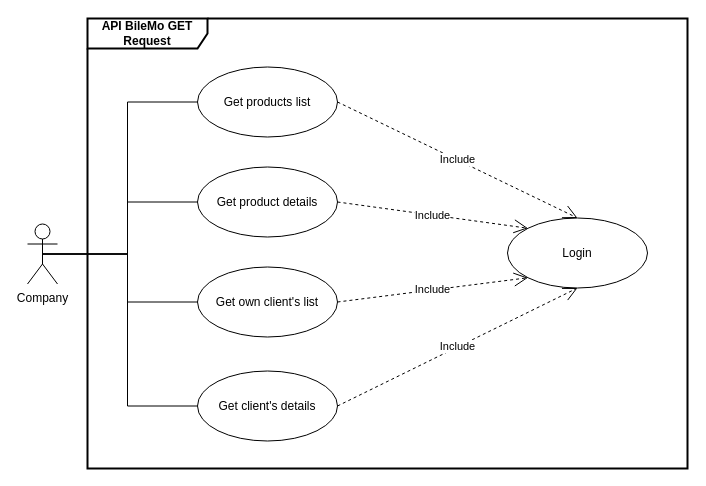
This is page "API BileMo GET Request" (1 of 5) of BileMo/uml/diagrammes.drawio from klaxurit/JuncaHugo_7_16122022, a draw.io file, before an edit. Source tidied: cells renumbered, new cells numbered last; positions are measured from the earlier drawing's top-left corner, leaving out a move shared by most shapes. Both pictures are drawn from the tidied source at 100%, with x=0, y=0 at pixel (27, 18).
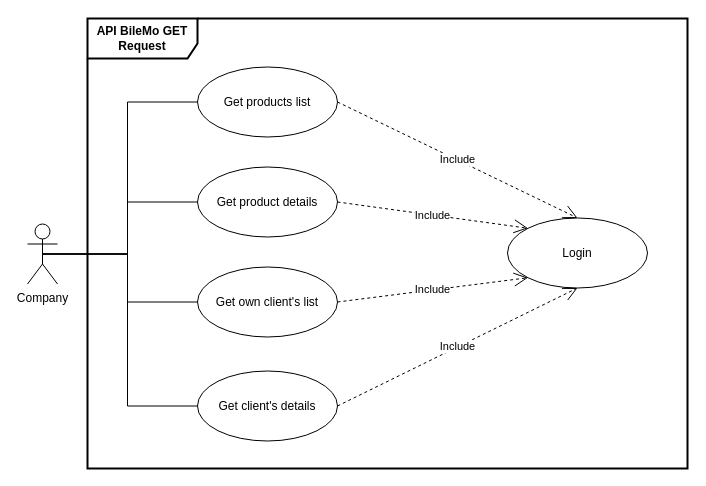
The same page after the edit.

What changed in the source:
```diff
@@
 <mxGraphModel>
   <root>
     <mxCell id="0" />
     <mxCell id="1" parent="0" />
-    <mxCell id="2" value="&lt;b&gt;API BileMo GET Request&lt;/b&gt;" style="shape=umlFrame;whiteSpace=wrap;html=1;strokeWidth=2;width=120;height=30;" parent="1" vertex="1">
+    <mxCell id="2" value="&lt;b&gt;API BileMo GET Request&lt;/b&gt;" style="shape=umlFrame;whiteSpace=wrap;html=1;strokeWidth=2;width=110;height=40;" parent="1" vertex="1">
       <mxGeometry x="60" width="600" height="450" as="geometry" />
     </mxCell>
     <mxCell id="3" value="Company" style="shape=umlActor;verticalLabelPosition=bottom;verticalAlign=top;html=1;" parent="1" vertex="1">
       <mxGeometry y="205.5" width="30" height="60" as="geometry" />
     </mxCell>
     <mxCell id="4" value="Get products list" style="ellipse;whiteSpace=wrap;html=1;" parent="1" vertex="1">
       <mxGeometry x="170" y="48.5" width="140" height="70" as="geometry" />
     </mxCell>
     <mxCell id="5" value="Get product details" style="ellipse;whiteSpace=wrap;html=1;" parent="1" vertex="1">
       <mxGeometry x="170" y="148.5" width="140" height="70" as="geometry" />
     </mxCell>
     <mxCell id="6" value="Get client's details" style="ellipse;whiteSpace=wrap;html=1;" parent="1" vertex="1">
       <mxGeometry x="170" y="352.5" width="140" height="70" as="geometry" />
     </mxCell>
     <mxCell id="7" value="Login" style="ellipse;whiteSpace=wrap;html=1;" parent="1" vertex="1">
       <mxGeometry x="480" y="199.5" width="140" height="70" as="geometry" />
     </mxCell>
     <mxCell id="8" style="endArrow=none;html=1;rounded=0;exitX=0.5;exitY=0.5;exitDx=0;exitDy=0;exitPerimeter=0;entryX=0;entryY=0.5;entryDx=0;entryDy=0;edgeStyle=orthogonalEdgeStyle;" parent="1" edge="1" source="3" target="5">
       <mxGeometry relative="1" as="geometry" />
     </mxCell>
     <mxCell id="9" style="endArrow=none;html=1;rounded=0;exitX=0.5;exitY=0.5;exitDx=0;exitDy=0;exitPerimeter=0;entryX=0;entryY=0.5;entryDx=0;entryDy=0;edgeStyle=orthogonalEdgeStyle;" parent="1" edge="1" source="3" target="4">
       <mxGeometry relative="1" as="geometry" />
     </mxCell>
     <mxCell id="10" style="endArrow=none;html=1;rounded=0;exitX=0.5;exitY=0.5;exitDx=0;exitDy=0;exitPerimeter=0;entryX=0;entryY=0.5;entryDx=0;entryDy=0;edgeStyle=orthogonalEdgeStyle;" parent="1" edge="1" source="3" target="6">
       <mxGeometry relative="1" as="geometry" />
     </mxCell>
     <mxCell id="11" value="Include" style="endArrow=open;endSize=12;dashed=1;html=1;rounded=0;endFill=0;entryX=0.5;entryY=1;entryDx=0;entryDy=0;exitX=1;exitY=0.5;exitDx=0;exitDy=0;" parent="1" edge="1" source="6" target="7">
       <mxGeometry relative="1" as="geometry" />
     </mxCell>
     <mxCell id="12" value="Include" style="endArrow=open;endSize=12;dashed=1;html=1;rounded=0;endFill=0;entryX=0;entryY=0;entryDx=0;entryDy=0;exitX=1;exitY=0.5;exitDx=0;exitDy=0;" parent="1" edge="1" source="5" target="7">
       <mxGeometry relative="1" as="geometry" />
     </mxCell>
     <mxCell id="13" value="Include" style="endArrow=open;endSize=12;dashed=1;html=1;rounded=0;endFill=0;entryX=0.5;entryY=0;entryDx=0;entryDy=0;exitX=1;exitY=0.5;exitDx=0;exitDy=0;" parent="1" edge="1" source="4" target="7">
       <mxGeometry relative="1" as="geometry" />
     </mxCell>
     <mxCell id="14" value="Get own client's list" style="ellipse;whiteSpace=wrap;html=1;" parent="1" vertex="1">
       <mxGeometry x="170" y="248.5" width="140" height="70" as="geometry" />
     </mxCell>
     <mxCell id="15" style="endArrow=none;html=1;rounded=0;labelBackgroundColor=default;fontFamily=Helvetica;fontSize=11;fontColor=default;strokeColor=default;shape=connector;exitX=0.5;exitY=0.5;exitDx=0;exitDy=0;exitPerimeter=0;entryX=0;entryY=0.5;entryDx=0;entryDy=0;edgeStyle=orthogonalEdgeStyle;" parent="1" edge="1" source="3" target="14">
       <mxGeometry relative="1" as="geometry" />
     </mxCell>
     <mxCell id="16" value="Include" style="endArrow=open;endSize=12;dashed=1;html=1;rounded=0;endFill=0;entryX=0;entryY=1;entryDx=0;entryDy=0;exitX=1;exitY=0.5;exitDx=0;exitDy=0;" parent="1" edge="1" source="14" target="7">
       <mxGeometry relative="1" as="geometry" />
     </mxCell>
   </root>
 </mxGraphModel>
```
